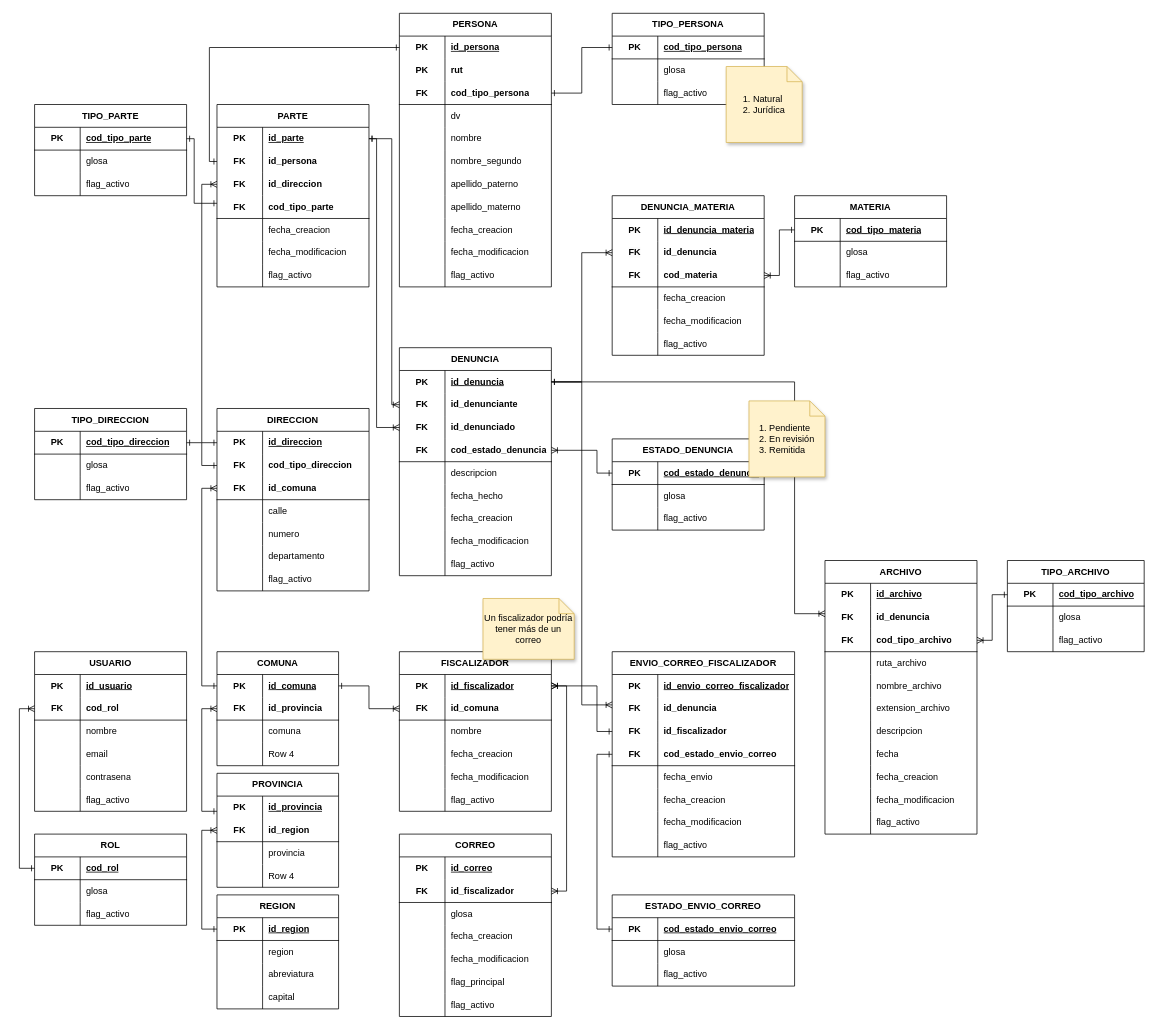
Earlier version of the draw.io diagram docs/QuieroDenunciar - ER.drawio (hernanBeiza/QuieroDenunciarAPI). Source tidied: cells renumbered, new cells numbered last; positions are measured from the earlier drawing's top-left corner, leaving out a move shared by most shapes. Both pictures are drawn from the tidied source at 76%, with x=0, y=0 at pixel (19, 13).
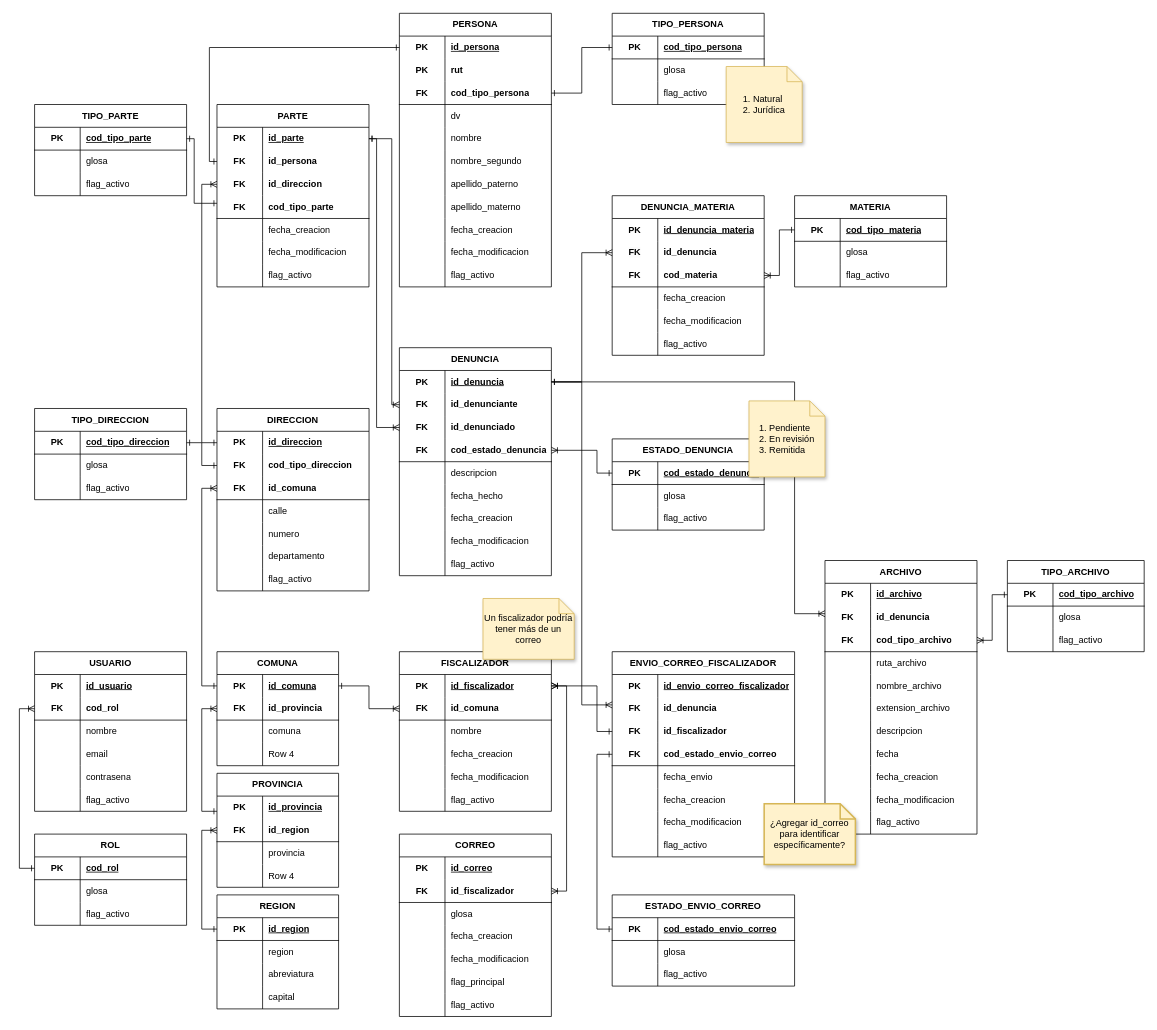
Above is the later version.

The edit, as a diff of the source:
```diff
@@
+    <mxCell id="389" value="¿Agregar id_correo para identificar específicamente?" style="shape=note;strokeWidth=2;fontSize=12;size=20;whiteSpace=wrap;html=1;fillColor=#fff2cc;strokeColor=#d6b656;fontColor=#000000;shadow=1;" parent="1" vertex="1">
+      <mxGeometry x="980" y="1040" width="120" height="80" as="geometry" />
+    </mxCell>
```
